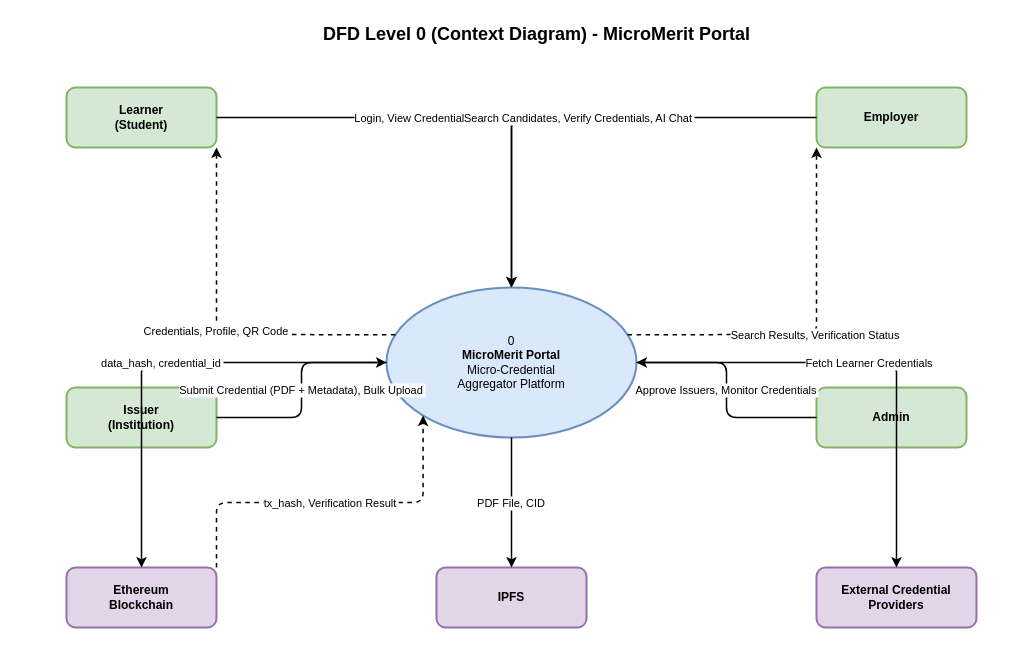
JaiminPatel345/MicroMerit-Portal keeps this draw.io diagram as docs/report/diagrams/3.4_dfd_level0.drawio. Above is the earlier version. Source tidied: cells renumbered, new cells numbered last; positions are measured from the earlier drawing's top-left corner, leaving out a move shared by most shapes. Both pictures are drawn from the tidied source at 100%, with x=0, y=0 at pixel (66, 17).
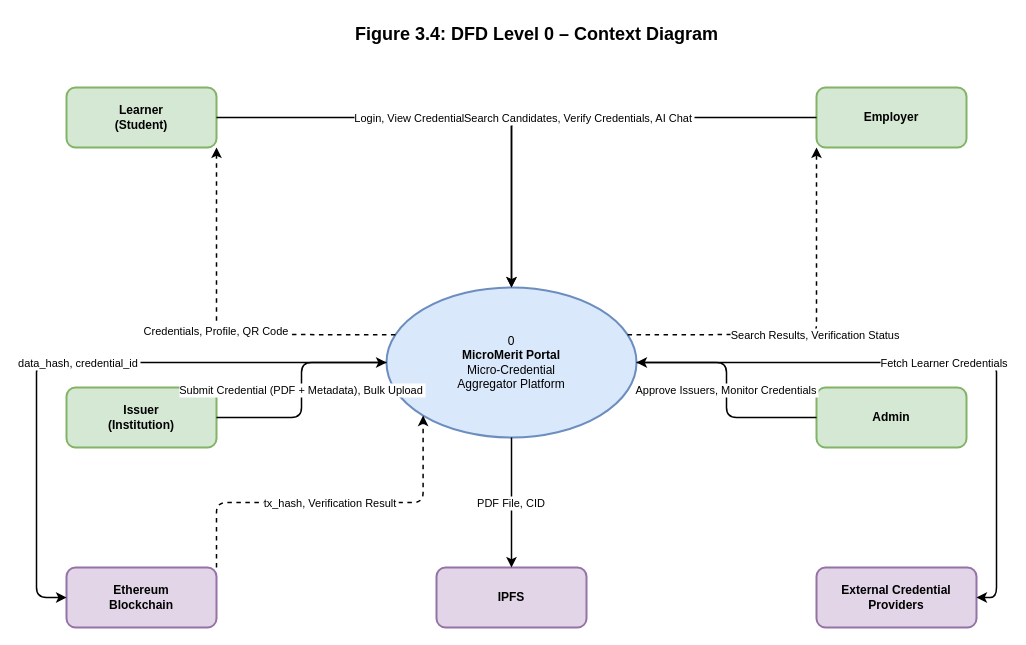
After the change.

The change refers to these unchanged cells:
```xml
<mxCell id="3" value="0&lt;br&gt;&lt;b&gt;MicroMerit Portal&lt;/b&gt;&lt;br&gt;Micro-Credential&lt;br&gt;Aggregator Platform" style="ellipse;whiteSpace=wrap;html=1;fillColor=#dae8fc;strokeColor=#6c8ebf;fontSize=12;strokeWidth=2;" parent="1" vertex="1">
  <mxGeometry x="320" y="270" width="250" height="150" as="geometry" />
</mxCell>
<mxCell id="8" value="Ethereum&lt;br&gt;Blockchain" style="rounded=1;whiteSpace=wrap;html=1;fillColor=#e1d5e7;strokeColor=#9673a6;fontSize=12;fontStyle=1;strokeWidth=2;" parent="1" vertex="1">
  <mxGeometry y="550" width="150" height="60" as="geometry" />
</mxCell>
<mxCell id="10" value="External Credential&lt;br&gt;Providers" style="rounded=1;whiteSpace=wrap;html=1;fillColor=#e1d5e7;strokeColor=#9673a6;fontSize=12;fontStyle=1;strokeWidth=2;" parent="1" vertex="1">
  <mxGeometry x="750" y="550" width="160" height="60" as="geometry" />
</mxCell>
```

Change to the diagram source:
```diff
@@
-    <mxCell id="2" value="DFD Level 0 (Context Diagram) - MicroMerit Portal" style="text;html=1;fontSize=18;fontStyle=1;align=center;" parent="1" vertex="1">
+    <mxCell id="2" value="Figure 3.4: DFD Level 0 – Context Diagram" style="text;html=1;fontSize=18;fontStyle=1;align=center;" parent="1" vertex="1">
       <mxGeometry x="170" width="600" height="40" as="geometry" />
     </mxCell>
@@
     <mxCell id="15" value="data_hash, credential_id" style="edgeStyle=orthogonalEdgeStyle;rounded=1;strokeWidth=1.5;" parent="1" edge="1" source="3" target="8">
-      <mxGeometry relative="1" as="geometry" />
+      <mxGeometry relative="1" as="geometry">
+        <Array as="points">
+          <mxPoint x="-30" y="345" />
+          <mxPoint x="-30" y="580" />
+        </Array>
+      </mxGeometry>
     </mxCell>
@@
     <mxCell id="17" value="Fetch Learner Credentials" style="edgeStyle=orthogonalEdgeStyle;rounded=1;strokeWidth=1.5;" parent="1" edge="1" source="3" target="10">
-      <mxGeometry relative="1" as="geometry" />
+      <mxGeometry relative="1" as="geometry">
+        <Array as="points">
+          <mxPoint x="930" y="345" />
+          <mxPoint x="930" y="580" />
+        </Array>
+      </mxGeometry>
     </mxCell>
```
